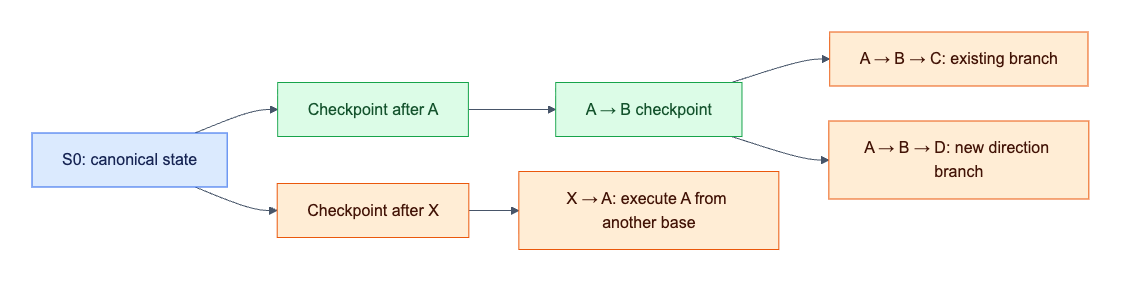
Earlier version of the Mermaid export docs/assets/diagrams/diagram-18.png (djm07073/baton-research). Its source is kept beside it as docs/assets/diagrams/diagram-18.mmd.
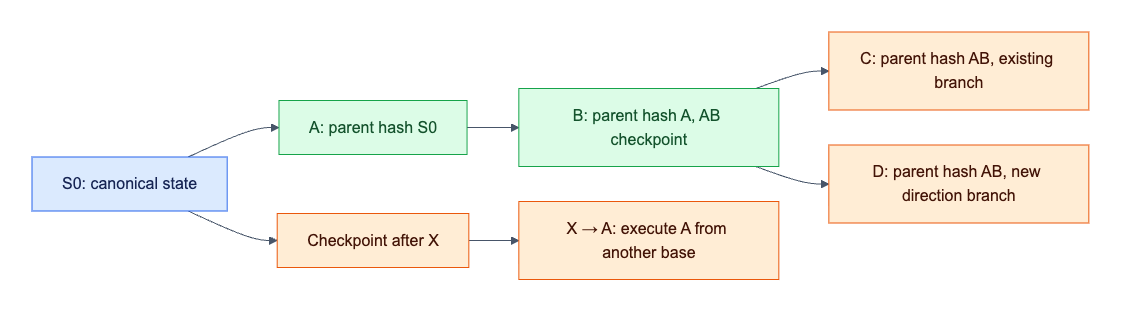
The same diagram one commit later.

The edit, as a diff of the source:
```diff
@@ -1,8 +1,8 @@
 flowchart LR
-    S[S0: canonical state] --> A[Checkpoint after A]
-    A --> AB[A → B checkpoint]
-    AB --> ABC[A → B → C: existing branch]
-    AB --> ABD[A → B → D: new direction branch]
+    S[S0: canonical state] --> A[A: parent hash S0]
+    A --> AB[B: parent hash A, AB checkpoint]
+    AB --> ABC[C: parent hash AB, existing branch]
+    AB --> ABD[D: parent hash AB, new direction branch]
     S --> X[Checkpoint after X]
     X --> XA[X → A: execute A from another base]
     classDef canonical fill:#dbeafe,stroke:#2563eb,color:#172554;
```
